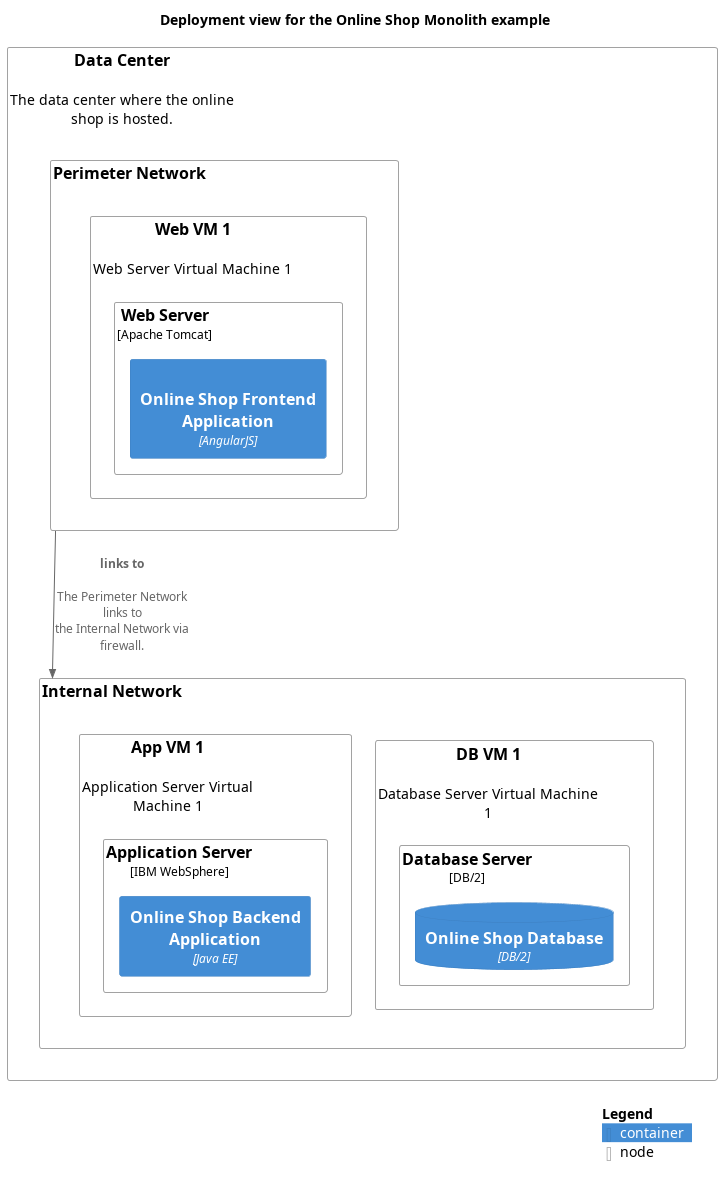
Above: docs/software-development/architecture/example/monolith/deployment-view.png in lsolbach/overarch-models (PlantUML), before the change.
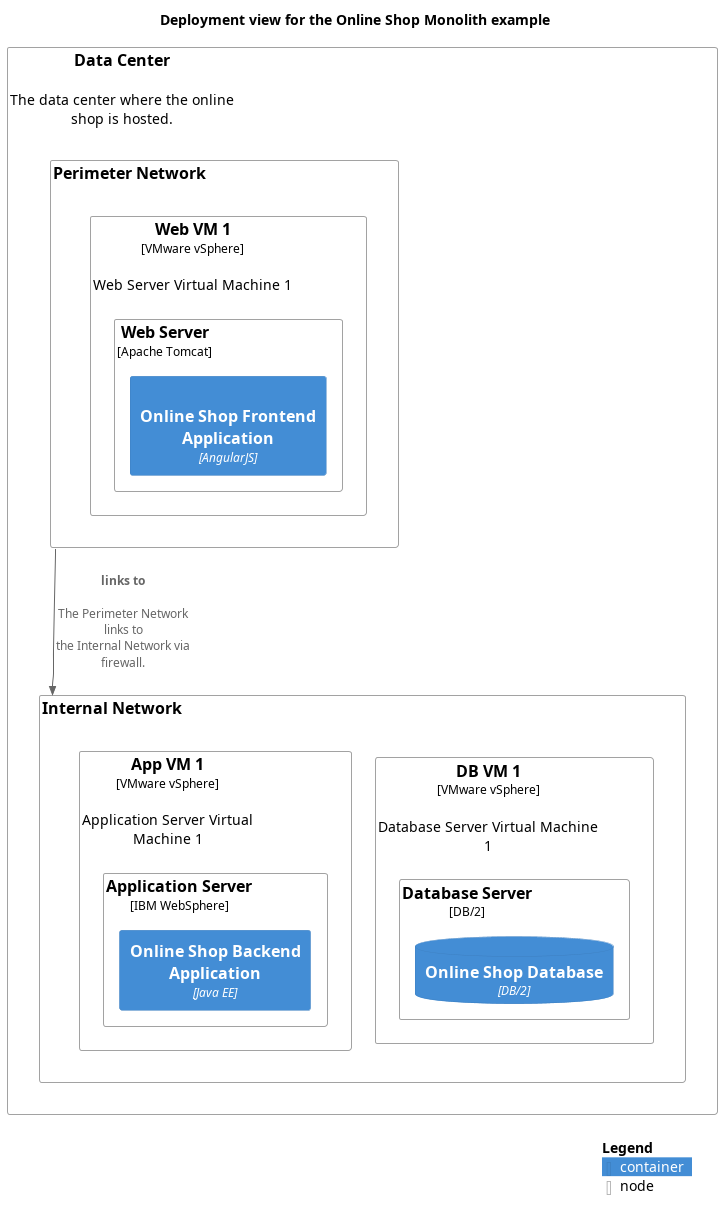
Later version of the same file.

Diff of the diagram source:
```diff
@@ -15,19 +15,19 @@
 title Deployment view for the Online Shop Monolith example
 Node(softwareDevelopment_architecture_example_monolith_dataCenter, "Data Center", $descr="The data center where the online shop is hosted.") {
   Node(softwareDevelopment_architecture_example_monolith_perimeterNetwork, "Perimeter Network") {
-    Node(softwareDevelopment_architecture_example_monolith_webVm1, "Web VM 1", $descr="Web Server Virtual Machine 1") {
+    Node(softwareDevelopment_architecture_example_monolith_webVm1, "Web VM 1", $descr="Web Server Virtual Machine 1", $type="VMware vSphere") {
       Node(softwareDevelopment_architecture_example_monolith_webServer, "Web Server", $type="Apache Tomcat") {
         Container(softwareDevelopment_architecture_example_monolith_onlineShopFrontend, "Online Shop Frontend Application", $techn="AngularJS", $sprite="angularjs")
       }
     }
   }
   Node(softwareDevelopment_architecture_example_monolith_internalNetwork, "Internal Network") {
-    Node(softwareDevelopment_architecture_example_monolith_dbVm1, "DB VM 1", $descr="Database Server Virtual Machine 1") {
+    Node(softwareDevelopment_architecture_example_monolith_dbVm1, "DB VM 1", $descr="Database Server Virtual Machine 1", $type="VMware vSphere") {
       Node(softwareDevelopment_architecture_example_monolith_dbServer, "Database Server", $type="DB/2") {
         ContainerDb(softwareDevelopment_architecture_example_monolith_onlineShopDb, "Online Shop Database", $techn="DB/2")
       }
     }
-    Node(softwareDevelopment_architecture_example_monolith_appVm1, "App VM 1", $descr="Application Server Virtual Machine 1") {
+    Node(softwareDevelopment_architecture_example_monolith_appVm1, "App VM 1", $descr="Application Server Virtual Machine 1", $type="VMware vSphere") {
       Node(softwareDevelopment_architecture_example_monolith_applicationServer, "Application Server", $type="IBM WebSphere") {
         Container(softwareDevelopment_architecture_example_monolith_onlineShopBackend, "Online Shop Backend Application", $techn="Java EE")
       }
```
